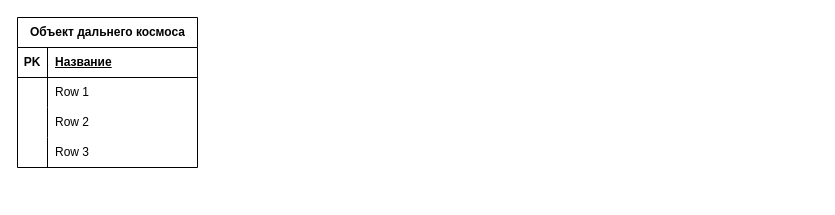
Above: Таблицы/Схема.drawio in Nebulaner/Theoretical_base_of_DB (draw.io), before the change. Source tidied: cells renumbered, new cells numbered last; positions are measured from the earlier drawing's top-left corner, leaving out a move shared by most shapes. Both pictures are drawn from the tidied source at 100%, with x=0, y=0 at pixel (17, 17).
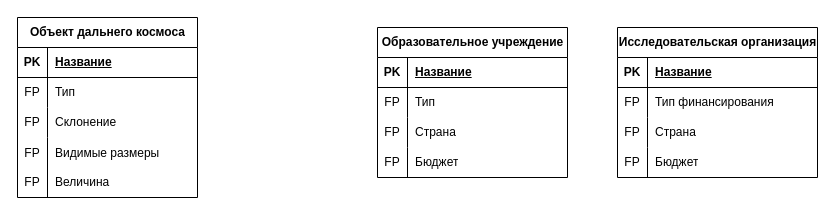
The same diagram, later.

The change refers to these unchanged cells:
```xml
<mxCell id="6" style="shape=tableRow;horizontal=0;startSize=0;swimlaneHead=0;swimlaneBody=0;fillColor=none;top=0;left=0;right=0;bottom=0;" parent="2" vertex="1">
  <mxGeometry y="60" width="180" height="30" as="geometry" />
</mxCell>
<mxCell id="9" style="shape=tableRow;horizontal=0;startSize=0;swimlaneHead=0;swimlaneBody=0;fillColor=none;top=0;left=0;right=0;bottom=0;" parent="2" vertex="1">
  <mxGeometry y="90" width="180" height="30" as="geometry" />
</mxCell>
```

What changed in the source:
```diff
@@
     <mxCell id="2" value="Объект дальнего космоса" style="shape=table;startSize=30;childLayout=tableLayout;rowLines=0;fontStyle=1;align=center;html=1;" parent="1" vertex="1">
-      <mxGeometry width="180" height="150" as="geometry" />
+      <mxGeometry width="180" height="180" as="geometry" />
     </mxCell>
@@
-    <mxCell id="7" style="shape=partialRectangle;fillColor=none;top=0;left=0;bottom=0;right=0;overflow=hidden;whiteSpace=wrap;html=1;" parent="6" vertex="1">
+    <mxCell id="7" value="FP" style="shape=partialRectangle;fillColor=none;top=0;left=0;bottom=0;right=0;overflow=hidden;whiteSpace=wrap;html=1;" parent="6" vertex="1">
       <mxGeometry width="30" height="30" as="geometry" />
     </mxCell>
-    <mxCell id="8" value="Row 1" style="shape=partialRectangle;fillColor=none;top=0;left=0;bottom=0;right=0;align=left;spacingLeft=6;overflow=hidden;whiteSpace=wrap;html=1;" parent="6" vertex="1">
+    <mxCell id="8" value="Тип" style="shape=partialRectangle;fillColor=none;top=0;left=0;bottom=0;right=0;align=left;spacingLeft=6;overflow=hidden;whiteSpace=wrap;html=1;" parent="6" vertex="1">
       <mxGeometry x="30" width="150" height="30" as="geometry" />
     </mxCell>
@@
-    <mxCell id="10" style="shape=partialRectangle;fillColor=none;top=0;left=0;bottom=0;right=0;overflow=hidden;whiteSpace=wrap;html=1;" parent="9" vertex="1">
+    <mxCell id="10" value="FP" style="shape=partialRectangle;fillColor=none;top=0;left=0;bottom=0;right=0;overflow=hidden;whiteSpace=wrap;html=1;" parent="9" vertex="1">
       <mxGeometry width="30" height="30" as="geometry" />
     </mxCell>
-    <mxCell id="11" value="Row 2" style="shape=partialRectangle;fillColor=none;top=0;left=0;bottom=0;right=0;align=left;spacingLeft=6;overflow=hidden;whiteSpace=wrap;html=1;" parent="9" vertex="1">
+    <mxCell id="11" value="Склонение" style="shape=partialRectangle;fillColor=none;top=0;left=0;bottom=0;right=0;align=left;spacingLeft=6;overflow=hidden;whiteSpace=wrap;html=1;" parent="9" vertex="1">
       <mxGeometry x="30" width="150" height="30" as="geometry" />
     </mxCell>
     <mxCell id="12" style="shape=tableRow;horizontal=0;startSize=0;swimlaneHead=0;swimlaneBody=0;fillColor=none;top=0;left=0;right=0;bottom=0;" parent="2" vertex="1">
-      <mxGeometry y="120" width="180" height="30" as="geometry" />
+      <mxGeometry y="120" width="180" height="60" as="geometry" />
     </mxCell>
-    <mxCell id="13" style="shape=partialRectangle;fillColor=none;top=0;left=0;bottom=0;right=0;overflow=hidden;whiteSpace=wrap;html=1;" parent="12" vertex="1">
-      <mxGeometry width="30" height="30" as="geometry" />
+    <mxCell id="13" value="FP&lt;div&gt;&lt;br&gt;&lt;/div&gt;&lt;div&gt;FP&lt;/div&gt;" style="shape=partialRectangle;fillColor=none;top=0;left=0;bottom=0;right=0;overflow=hidden;whiteSpace=wrap;html=1;" parent="12" vertex="1">
+      <mxGeometry width="30" height="60" as="geometry" />
     </mxCell>
-    <mxCell id="14" value="Row 3" style="shape=partialRectangle;fillColor=none;top=0;left=0;bottom=0;right=0;align=left;spacingLeft=6;overflow=hidden;whiteSpace=wrap;html=1;" parent="12" vertex="1">
-      <mxGeometry x="30" width="150" height="30" as="geometry" />
+    <mxCell id="14" value="Видимые размеры&lt;div&gt;&lt;br&gt;&lt;/div&gt;&lt;div&gt;Величина&lt;/div&gt;" style="shape=partialRectangle;fillColor=none;top=0;left=0;bottom=0;right=0;align=left;spacingLeft=6;overflow=hidden;whiteSpace=wrap;html=1;" parent="12" vertex="1">
+      <mxGeometry x="30" width="150" height="60" as="geometry" />
     </mxCell>
+    <mxCell id="15" value="Образовательное учреждение" style="shape=table;startSize=30;childLayout=tableLayout;rowLines=0;fontStyle=1;align=center;html=1;" parent="1" vertex="1">
+      <mxGeometry x="360" y="10" width="190" height="150" as="geometry" />
+    </mxCell>
+    <mxCell id="16" style="shape=tableRow;horizontal=0;startSize=0;swimlaneHead=0;swimlaneBody=0;fillColor=none;top=0;left=0;right=0;bottom=1;" parent="15" vertex="1">
+      <mxGeometry y="30" width="190" height="30" as="geometry" />
+    </mxCell>
+    <mxCell id="17" value="PK" style="shape=partialRectangle;fillColor=none;top=0;left=0;bottom=0;right=0;fontStyle=1;overflow=hidden;whiteSpace=wrap;html=1;" parent="16" vertex="1">
+      <mxGeometry width="30" height="30" as="geometry" />
+    </mxCell>
+    <mxCell id="18" value="Название" style="shape=partialRectangle;fillColor=none;top=0;left=0;bottom=0;right=0;align=left;spacingLeft=6;fontStyle=5;overflow=hidden;whiteSpace=wrap;html=1;" parent="16" vertex="1">
+      <mxGeometry x="30" width="160" height="30" as="geometry" />
+    </mxCell>
+    <mxCell id="19" style="shape=tableRow;horizontal=0;startSize=0;swimlaneHead=0;swimlaneBody=0;fillColor=none;top=0;left=0;right=0;bottom=0;" parent="15" vertex="1">
+      <mxGeometry y="60" width="190" height="30" as="geometry" />
+    </mxCell>
+    <mxCell id="20" value="FP" style="shape=partialRectangle;fillColor=none;top=0;left=0;bottom=0;right=0;overflow=hidden;whiteSpace=wrap;html=1;" parent="19" vertex="1">
+      <mxGeometry width="30" height="30" as="geometry" />
+    </mxCell>
+    <mxCell id="21" value="Тип" style="shape=partialRectangle;fillColor=none;top=0;left=0;bottom=0;right=0;align=left;spacingLeft=6;overflow=hidden;whiteSpace=wrap;html=1;" parent="19" vertex="1">
+      <mxGeometry x="30" width="160" height="30" as="geometry" />
+    </mxCell>
+    <mxCell id="22" style="shape=tableRow;horizontal=0;startSize=0;swimlaneHead=0;swimlaneBody=0;fillColor=none;top=0;left=0;right=0;bottom=0;" parent="15" vertex="1">
+      <mxGeometry y="90" width="190" height="30" as="geometry" />
+    </mxCell>
+    <mxCell id="23" value="FP" style="shape=partialRectangle;fillColor=none;top=0;left=0;bottom=0;right=0;overflow=hidden;whiteSpace=wrap;html=1;" parent="22" vertex="1">
+      <mxGeometry width="30" height="30" as="geometry" />
+    </mxCell>
+    <mxCell id="24" value="Страна" style="shape=partialRectangle;fillColor=none;top=0;left=0;bottom=0;right=0;align=left;spacingLeft=6;overflow=hidden;whiteSpace=wrap;html=1;" parent="22" vertex="1">
+      <mxGeometry x="30" width="160" height="30" as="geometry" />
+    </mxCell>
+    <mxCell id="25" style="shape=tableRow;horizontal=0;startSize=0;swimlaneHead=0;swimlaneBody=0;fillColor=none;top=0;left=0;right=0;bottom=0;" parent="15" vertex="1">
+      <mxGeometry y="120" width="190" height="30" as="geometry" />
+    </mxCell>
+    <mxCell id="26" value="FP" style="shape=partialRectangle;fillColor=none;top=0;left=0;bottom=0;right=0;overflow=hidden;whiteSpace=wrap;html=1;" parent="25" vertex="1">
+      <mxGeometry width="30" height="30" as="geometry" />
+    </mxCell>
+    <mxCell id="27" value="Бюджет" style="shape=partialRectangle;fillColor=none;top=0;left=0;bottom=0;right=0;align=left;spacingLeft=6;overflow=hidden;whiteSpace=wrap;html=1;" parent="25" vertex="1">
+      <mxGeometry x="30" width="160" height="30" as="geometry" />
+    </mxCell>
+    <mxCell id="28" value="Исследовательская организация" style="shape=table;startSize=30;childLayout=tableLayout;rowLines=0;fontStyle=1;align=center;html=1;" parent="1" vertex="1">
+      <mxGeometry x="600" y="10" width="200" height="150" as="geometry" />
+    </mxCell>
+    <mxCell id="29" style="shape=tableRow;horizontal=0;startSize=0;swimlaneHead=0;swimlaneBody=0;fillColor=none;top=0;left=0;right=0;bottom=1;" parent="28" vertex="1">
+      <mxGeometry y="30" width="200" height="30" as="geometry" />
+    </mxCell>
+    <mxCell id="30" value="PK" style="shape=partialRectangle;fillColor=none;top=0;left=0;bottom=0;right=0;fontStyle=1;overflow=hidden;whiteSpace=wrap;html=1;" parent="29" vertex="1">
+      <mxGeometry width="30" height="30" as="geometry" />
+    </mxCell>
+    <mxCell id="31" value="Название" style="shape=partialRectangle;fillColor=none;top=0;left=0;bottom=0;right=0;align=left;spacingLeft=6;fontStyle=5;overflow=hidden;whiteSpace=wrap;html=1;" parent="29" vertex="1">
+      <mxGeometry x="30" width="170" height="30" as="geometry" />
+    </mxCell>
+    <mxCell id="32" style="shape=tableRow;horizontal=0;startSize=0;swimlaneHead=0;swimlaneBody=0;fillColor=none;top=0;left=0;right=0;bottom=0;" parent="28" vertex="1">
+      <mxGeometry y="60" width="200" height="30" as="geometry" />
+    </mxCell>
+    <mxCell id="33" value="FP" style="shape=partialRectangle;fillColor=none;top=0;left=0;bottom=0;right=0;overflow=hidden;whiteSpace=wrap;html=1;" parent="32" vertex="1">
+      <mxGeometry width="30" height="30" as="geometry" />
+    </mxCell>
+    <mxCell id="34" value="Тип финансирования" style="shape=partialRectangle;fillColor=none;top=0;left=0;bottom=0;right=0;align=left;spacingLeft=6;overflow=hidden;whiteSpace=wrap;html=1;" parent="32" vertex="1">
+      <mxGeometry x="30" width="170" height="30" as="geometry" />
+    </mxCell>
+    <mxCell id="35" style="shape=tableRow;horizontal=0;startSize=0;swimlaneHead=0;swimlaneBody=0;fillColor=none;top=0;left=0;right=0;bottom=0;" parent="28" vertex="1">
+      <mxGeometry y="90" width="200" height="30" as="geometry" />
+    </mxCell>
+    <mxCell id="36" value="FP" style="shape=partialRectangle;fillColor=none;top=0;left=0;bottom=0;right=0;overflow=hidden;whiteSpace=wrap;html=1;" parent="35" vertex="1">
+      <mxGeometry width="30" height="30" as="geometry" />
+    </mxCell>
+    <mxCell id="37" value="Страна" style="shape=partialRectangle;fillColor=none;top=0;left=0;bottom=0;right=0;align=left;spacingLeft=6;overflow=hidden;whiteSpace=wrap;html=1;" parent="35" vertex="1">
+      <mxGeometry x="30" width="170" height="30" as="geometry" />
+    </mxCell>
+    <mxCell id="38" style="shape=tableRow;horizontal=0;startSize=0;swimlaneHead=0;swimlaneBody=0;fillColor=none;top=0;left=0;right=0;bottom=0;" parent="28" vertex="1">
+      <mxGeometry y="120" width="200" height="30" as="geometry" />
+    </mxCell>
+    <mxCell id="39" value="FP" style="shape=partialRectangle;fillColor=none;top=0;left=0;bottom=0;right=0;overflow=hidden;whiteSpace=wrap;html=1;" parent="38" vertex="1">
+      <mxGeometry width="30" height="30" as="geometry" />
+    </mxCell>
+    <mxCell id="40" value="Бюджет" style="shape=partialRectangle;fillColor=none;top=0;left=0;bottom=0;right=0;align=left;spacingLeft=6;overflow=hidden;whiteSpace=wrap;html=1;" parent="38" vertex="1">
+      <mxGeometry x="30" width="170" height="30" as="geometry" />
+    </mxCell>
```
